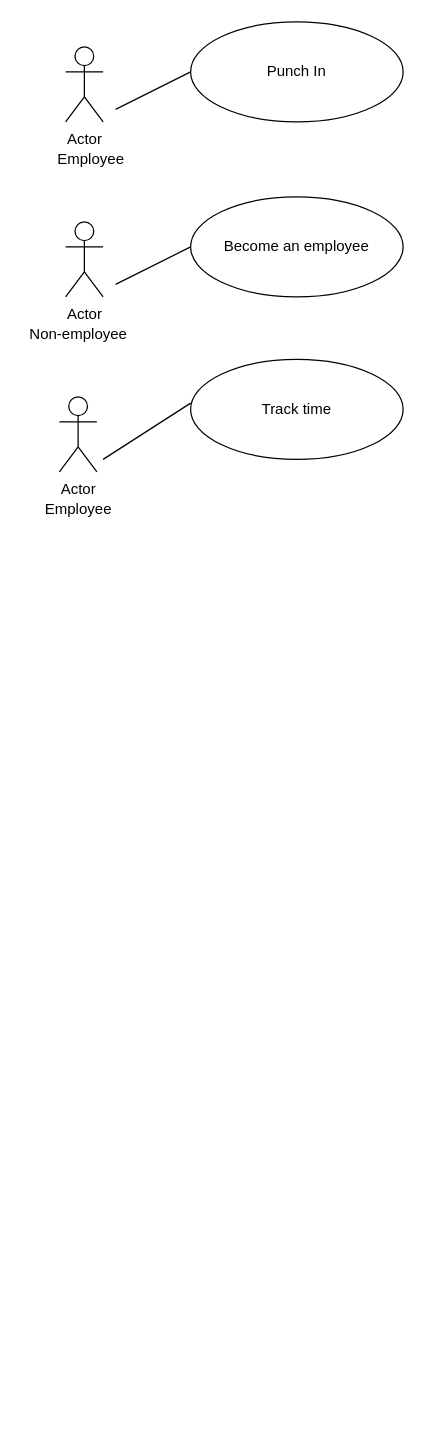
This is Untitled Diagram.drawio from code987-bio/alphalpha, a draw.io file, before an edit. Source tidied: cells renumbered, new cells numbered last; positions are measured from the earlier drawing's top-left corner, leaving out a move shared by most shapes. Both pictures are drawn from the tidied source at 125%, with x=0, y=0 at pixel (21, 21).
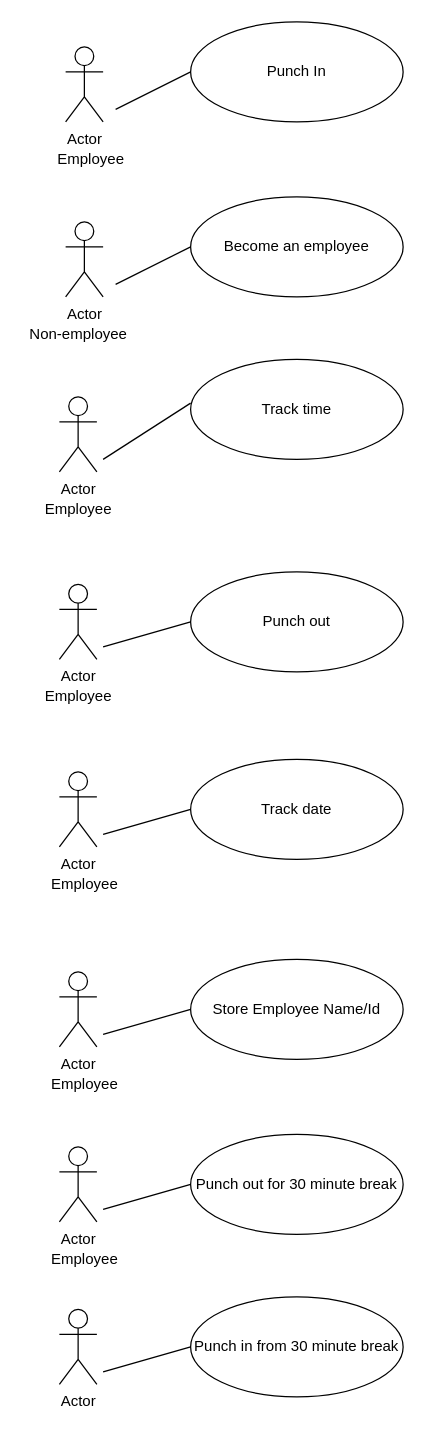
The same page after the edit.

Commit message:
Use Case Model Diagram.drawio

Diff of the diagram source:
```diff
@@
+    <mxCell id="14" value="Actor" style="shape=umlActor;verticalLabelPosition=bottom;verticalAlign=top;html=1;" parent="1" vertex="1">
+      <mxGeometry x="30" y="450" width="30" height="60" as="geometry" />
+    </mxCell>
+    <mxCell id="15" value="Employee" style="text;html=1;align=center;verticalAlign=middle;" parent="1" vertex="1">
+      <mxGeometry x="10" y="530" width="70" height="20" as="geometry" />
+    </mxCell>
+    <mxCell id="16" value="Punch out" style="ellipse;whiteSpace=wrap;html=1;" parent="1" vertex="1">
+      <mxGeometry x="135" y="440" width="170" height="80" as="geometry" />
+    </mxCell>
+    <mxCell id="17" style="endArrow=none;html=1;" parent="1" edge="1">
+      <mxGeometry relative="1" as="geometry">
+        <mxPoint x="65" y="500" as="sourcePoint" />
+        <mxPoint x="135" y="480" as="targetPoint" />
+      </mxGeometry>
+    </mxCell>
+    <mxCell id="18" value="Actor" style="shape=umlActor;verticalLabelPosition=bottom;verticalAlign=top;html=1;" parent="1" vertex="1">
+      <mxGeometry x="30" y="600" width="30" height="60" as="geometry" />
+    </mxCell>
+    <mxCell id="19" value="Track date" style="ellipse;whiteSpace=wrap;html=1;" parent="1" vertex="1">
+      <mxGeometry x="135" y="590" width="170" height="80" as="geometry" />
+    </mxCell>
+    <mxCell id="20" style="endArrow=none;html=1;" parent="1" edge="1">
+      <mxGeometry relative="1" as="geometry">
+        <mxPoint x="65" y="650" as="sourcePoint" />
+        <mxPoint x="135" y="630" as="targetPoint" />
+      </mxGeometry>
+    </mxCell>
+    <mxCell id="21" value="Employee" style="text;html=1;align=center;verticalAlign=middle;" parent="1" vertex="1">
+      <mxGeometry x="15" y="680" width="70" height="20" as="geometry" />
+    </mxCell>
+    <mxCell id="22" value="Actor" style="shape=umlActor;verticalLabelPosition=bottom;verticalAlign=top;html=1;" parent="1" vertex="1">
+      <mxGeometry x="30" y="760" width="30" height="60" as="geometry" />
+    </mxCell>
+    <mxCell id="23" value="Store Employee Name/Id" style="ellipse;whiteSpace=wrap;html=1;" parent="1" vertex="1">
+      <mxGeometry x="135" y="750" width="170" height="80" as="geometry" />
+    </mxCell>
+    <mxCell id="24" style="endArrow=none;html=1;" parent="1" edge="1">
+      <mxGeometry relative="1" as="geometry">
+        <mxPoint x="65" y="810" as="sourcePoint" />
+        <mxPoint x="135" y="790" as="targetPoint" />
+      </mxGeometry>
+    </mxCell>
+    <mxCell id="25" value="Employee" style="text;html=1;align=center;verticalAlign=middle;" parent="1" vertex="1">
+      <mxGeometry x="15" y="840" width="70" height="20" as="geometry" />
+    </mxCell>
+    <mxCell id="26" value="Actor" style="shape=umlActor;verticalLabelPosition=bottom;verticalAlign=top;html=1;" parent="1" vertex="1">
+      <mxGeometry x="30" y="900" width="30" height="60" as="geometry" />
+    </mxCell>
+    <mxCell id="27" value="Punch out for 30 minute break" style="ellipse;whiteSpace=wrap;html=1;" parent="1" vertex="1">
+      <mxGeometry x="135" y="890" width="170" height="80" as="geometry" />
+    </mxCell>
+    <mxCell id="28" style="endArrow=none;html=1;" parent="1" edge="1">
+      <mxGeometry relative="1" as="geometry">
+        <mxPoint x="65" y="950" as="sourcePoint" />
+        <mxPoint x="135" y="930" as="targetPoint" />
+      </mxGeometry>
+    </mxCell>
+    <mxCell id="29" value="Employee" style="text;html=1;align=center;verticalAlign=middle;" parent="1" vertex="1">
+      <mxGeometry x="15" y="980" width="70" height="20" as="geometry" />
+    </mxCell>
+    <mxCell id="30" value="Actor" style="shape=umlActor;verticalLabelPosition=bottom;verticalAlign=top;html=1;" parent="1" vertex="1">
+      <mxGeometry x="30" y="1030" width="30" height="60" as="geometry" />
+    </mxCell>
+    <mxCell id="31" value="Punch in from 30 minute break" style="ellipse;whiteSpace=wrap;html=1;" parent="1" vertex="1">
+      <mxGeometry x="135" y="1020" width="170" height="80" as="geometry" />
+    </mxCell>
+    <mxCell id="32" style="endArrow=none;html=1;" parent="1" edge="1">
+      <mxGeometry relative="1" as="geometry">
+        <mxPoint x="65" y="1080" as="sourcePoint" />
+        <mxPoint x="135" y="1060" as="targetPoint" />
+      </mxGeometry>
+    </mxCell>
```
